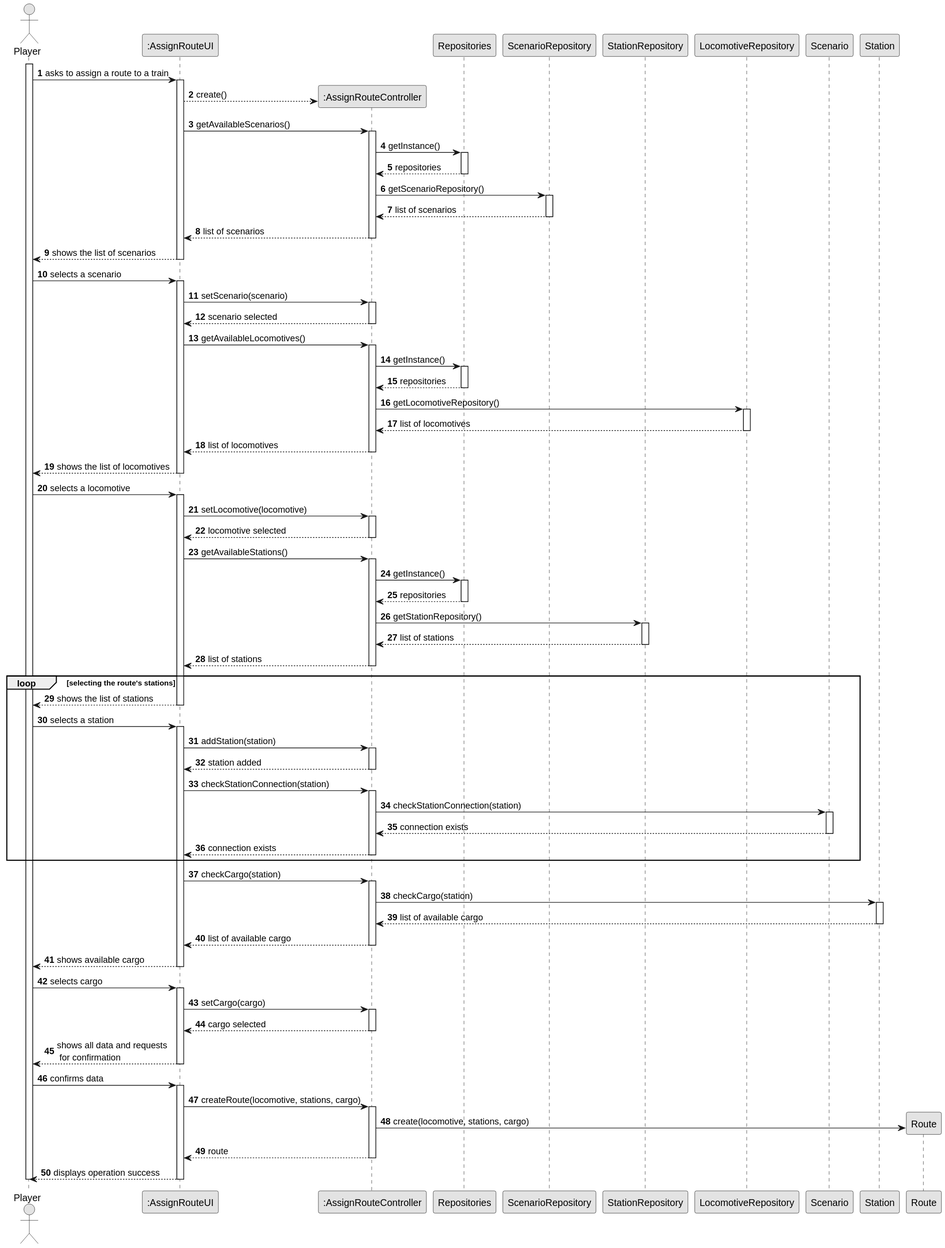
1240935/pi2-railway-simulator keeps this PlantUML diagram as Sprint2/US010/03.design/svg/US010-SD-full.svg. Above is the earlier version.
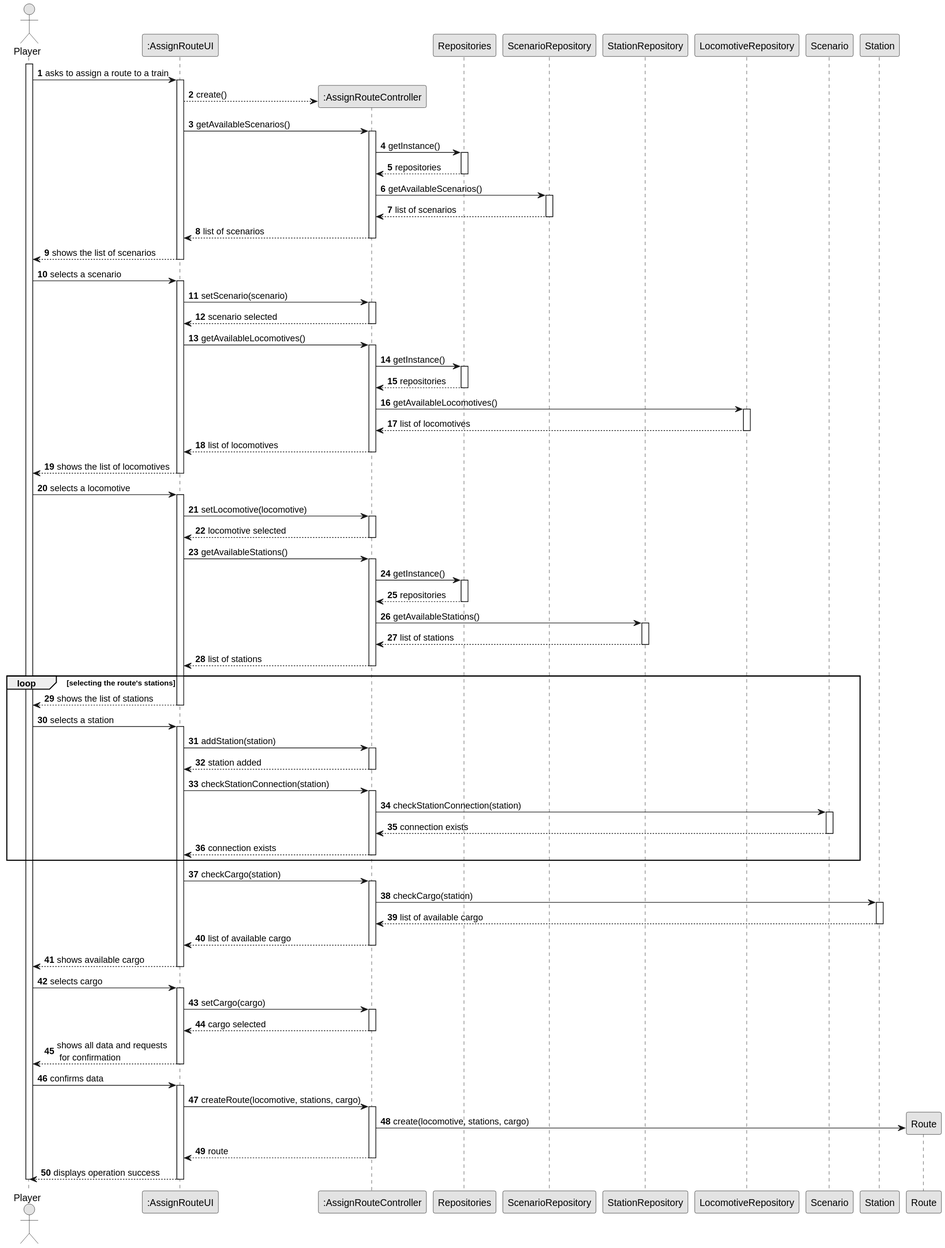
After the change.

What changed in the source:
```diff
@@ -33,7 +33,7 @@
 
     deactivate REPOS
 
-    CTRL -> SREPOS : getScenarioRepository()
+    CTRL -> SREPOS : getAvailableScenarios()
     activate SREPOS
 
     SREPOS --> CTRL : list of scenarios
@@ -67,7 +67,7 @@
 
         deactivate REPOS
 
-        CTRL -> LOCREPOS : getLocomotiveRepository()
+        CTRL -> LOCREPOS : getAvailableLocomotives()
         activate LOCREPOS
 
         LOCREPOS --> CTRL : list of locomotives
@@ -99,7 +99,7 @@
 
                 deactivate REPOS
 
-                CTRL -> STREPOS : getStationRepository()
+                CTRL -> STREPOS : getAvailableStations()
                 activate STREPOS
 
                 STREPOS --> CTRL : list of stations
```
